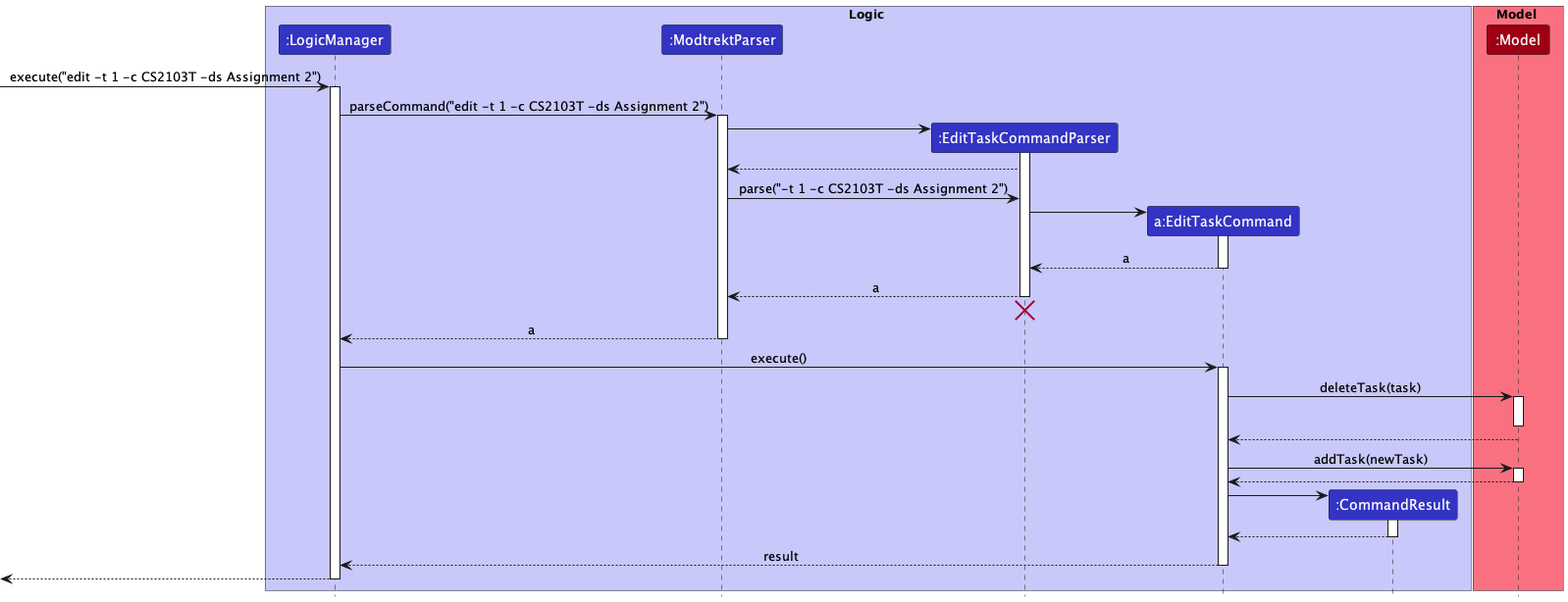
Before: docs/images/TaskPUMLs/EditTask/TaskEditSequenceDiagram.png, a diagram exported from PlantUML (nus-cs2103-AY2223S1/tp).
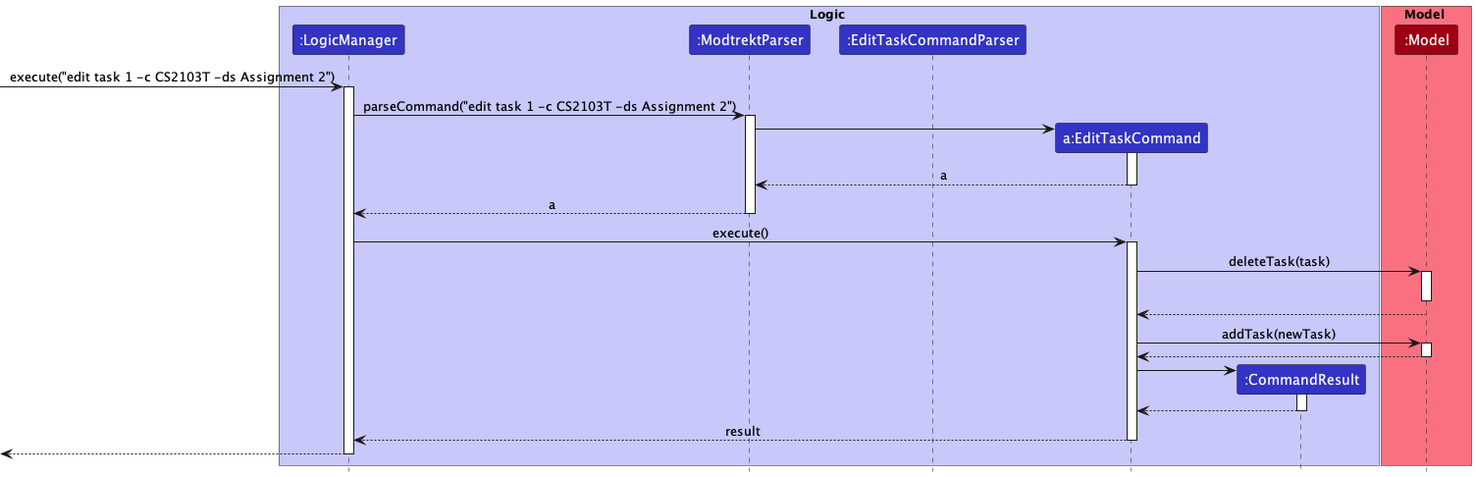
Above is the later version.

Commit message:
update DG to include updated UML diagrams and add more use cases

Diff of the diagram source:
```diff
@@ -14,31 +14,18 @@
 participant ":Model" as Model MODEL_COLOR
 end box
 
-[-> LogicManager : execute("edit -t 1 -c CS2103T -ds Assignment 2")
+[-> LogicManager : execute("edit task 1 -c CS2103T -ds Assignment 2")
 activate LogicManager
 
-LogicManager -> ModtrektParser : parseCommand("edit -t 1 -c CS2103T -ds Assignment 2")
+LogicManager -> ModtrektParser : parseCommand("edit task 1 -c CS2103T -ds Assignment 2")
 activate ModtrektParser
 
-create EditTaskCommandParser
-ModtrektParser -> EditTaskCommandParser
-activate EditTaskCommandParser
-
-EditTaskCommandParser --> ModtrektParser
-
-ModtrektParser -> EditTaskCommandParser : parse("-t 1 -c CS2103T -ds Assignment 2")
-
 create EditTaskCommand
-EditTaskCommandParser -> EditTaskCommand
+ModtrektParser -> EditTaskCommand
 activate EditTaskCommand
 
-EditTaskCommand --> EditTaskCommandParser : a
+EditTaskCommand --> ModtrektParser : a
 deactivate EditTaskCommand
-
-EditTaskCommandParser --> ModtrektParser : a
-deactivate EditTaskCommandParser
-EditTaskCommandParser -[hidden]-> ModtrektParser
-destroy EditTaskCommandParser
 
 ModtrektParser --> LogicManager : a
 deactivate ModtrektParser
```
